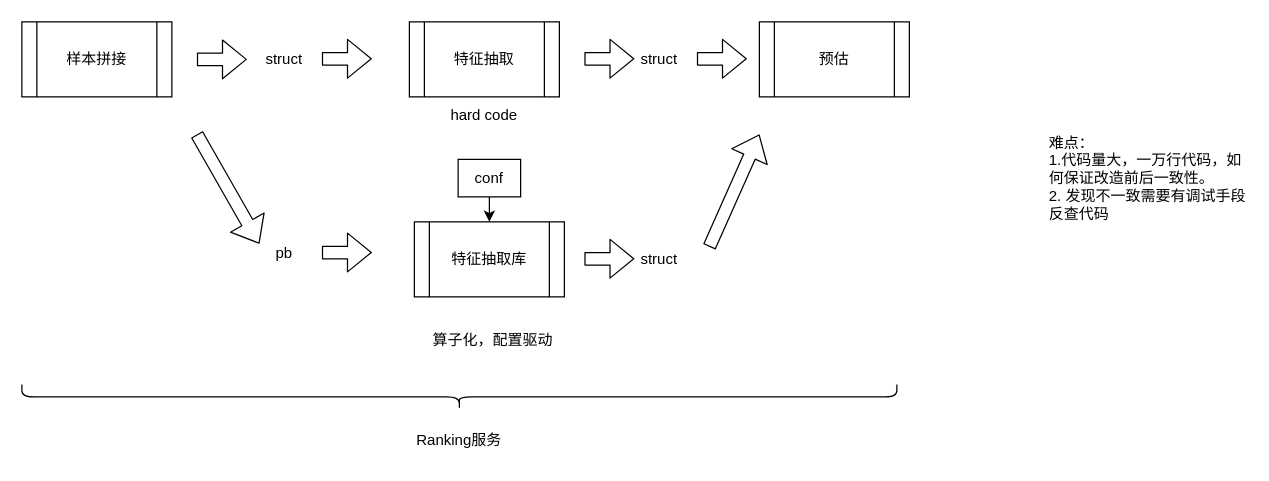
Earlier version of the draw.io diagram RecommandSystem/passed_work_share/feature_extractor.drawio (YoungAndSure/TechArt). Source tidied: cells renumbered, new cells numbered last; positions are measured from the earlier drawing's top-left corner, leaving out a move shared by most shapes. Both pictures are drawn from the tidied source at 125%, with x=0, y=0 at pixel (21, -41).
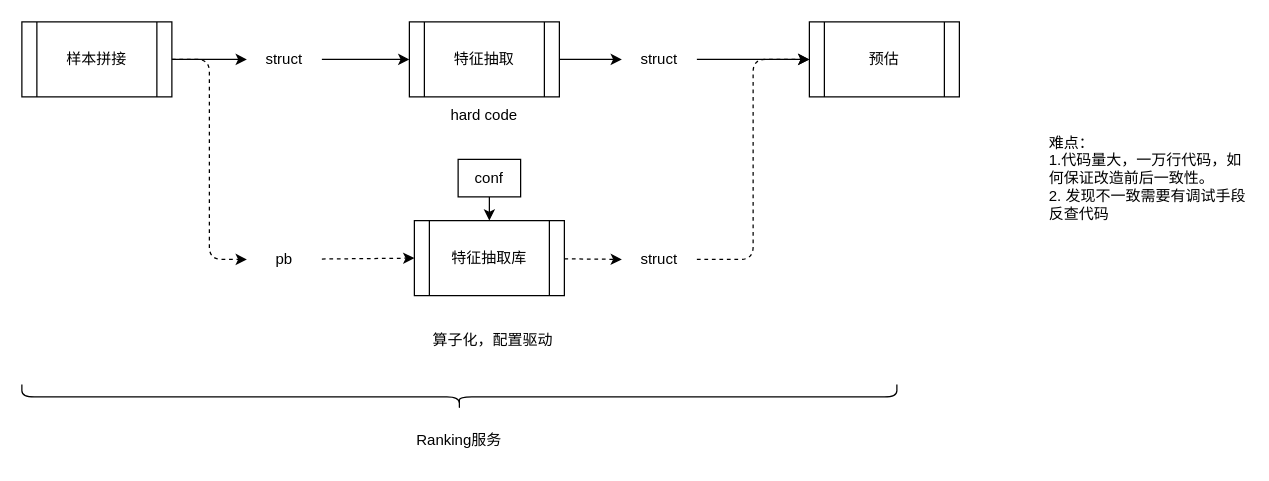
After the change.

Unchanged cells that the change refers to:
```xml
<mxCell id="2" value="样本拼接" style="shape=process;whiteSpace=wrap;html=1;backgroundOutline=1;" parent="1" vertex="1">
  <mxGeometry y="50" width="120" height="60" as="geometry" />
</mxCell>
<mxCell id="3" value="特征抽取" style="shape=process;whiteSpace=wrap;html=1;backgroundOutline=1;" parent="1" vertex="1">
  <mxGeometry x="310" y="50" width="120" height="60" as="geometry" />
</mxCell>
<mxCell id="6" value="struct" style="text;html=1;align=center;verticalAlign=middle;whiteSpace=wrap;rounded=0;" parent="1" vertex="1">
  <mxGeometry x="180" y="65" width="60" height="30" as="geometry" />
</mxCell>
<mxCell id="9" value="struct" style="text;html=1;align=center;verticalAlign=middle;whiteSpace=wrap;rounded=0;" parent="1" vertex="1">
  <mxGeometry x="480" y="65" width="60" height="30" as="geometry" />
</mxCell>
<mxCell id="14" value="struct" style="text;html=1;align=center;verticalAlign=middle;whiteSpace=wrap;rounded=0;" parent="1" vertex="1">
  <mxGeometry x="480" y="225" width="60" height="30" as="geometry" />
</mxCell>
```

The edit, as a diff of the source:
```diff
@@
+    <mxCell id="25" style="edgeStyle=none;html=1;" parent="1" edge="1" source="2" target="6">
+      <mxGeometry relative="1" as="geometry" />
+    </mxCell>
+    <mxCell id="26" style="edgeStyle=orthogonalEdgeStyle;html=1;entryX=0;entryY=0.5;entryDx=0;entryDy=0;dashed=1;" parent="1" edge="1" source="2" target="13">
+      <mxGeometry relative="1" as="geometry" />
+    </mxCell>
@@
+    <mxCell id="27" style="edgeStyle=none;html=1;" parent="1" edge="1" source="3" target="9">
+      <mxGeometry relative="1" as="geometry" />
+    </mxCell>
@@
     <mxCell id="4" value="预估" style="shape=process;whiteSpace=wrap;html=1;backgroundOutline=1;" parent="1" vertex="1">
-      <mxGeometry x="590" y="50" width="120" height="60" as="geometry" />
+      <mxGeometry x="630" y="50" width="120" height="60" as="geometry" />
     </mxCell>
-    <mxCell id="5" style="shape=flexArrow;endArrow=classic;html=1;" parent="1" edge="1">
-      <mxGeometry relative="1" as="geometry">
-        <mxPoint x="140" y="80" as="sourcePoint" />
-        <mxPoint x="180" y="80" as="targetPoint" />
-      </mxGeometry>
-    </mxCell>
+    <mxCell id="28" style="edgeStyle=none;html=1;entryX=0;entryY=0.5;entryDx=0;entryDy=0;" parent="1" edge="1" source="6" target="3">
+      <mxGeometry relative="1" as="geometry" />
+    </mxCell>
@@
-    <mxCell id="7" style="shape=flexArrow;endArrow=classic;html=1;" parent="1" edge="1">
-      <mxGeometry relative="1" as="geometry">
-        <mxPoint x="240" y="79.5" as="sourcePoint" />
-        <mxPoint x="280" y="79.5" as="targetPoint" />
-      </mxGeometry>
-    </mxCell>
-    <mxCell id="8" style="shape=flexArrow;endArrow=classic;html=1;" parent="1" edge="1">
-      <mxGeometry relative="1" as="geometry">
-        <mxPoint x="450" y="79.5" as="sourcePoint" />
-        <mxPoint x="490" y="79.5" as="targetPoint" />
-      </mxGeometry>
-    </mxCell>
+    <mxCell id="29" style="edgeStyle=none;html=1;entryX=0;entryY=0.5;entryDx=0;entryDy=0;" parent="1" edge="1" source="9" target="4">
+      <mxGeometry relative="1" as="geometry" />
+    </mxCell>
@@
-    <mxCell id="10" style="shape=flexArrow;endArrow=classic;html=1;" parent="1" edge="1">
-      <mxGeometry relative="1" as="geometry">
-        <mxPoint x="540" y="79.5" as="sourcePoint" />
-        <mxPoint x="580" y="79.5" as="targetPoint" />
-      </mxGeometry>
-    </mxCell>
@@
+    <mxCell id="30" style="edgeStyle=none;html=1;entryX=0;entryY=0.5;entryDx=0;entryDy=0;dashed=1;" parent="1" edge="1" source="12" target="14">
+      <mxGeometry relative="1" as="geometry" />
+    </mxCell>
     <mxCell id="12" value="特征抽取库" style="shape=process;whiteSpace=wrap;html=1;backgroundOutline=1;" parent="1" vertex="1">
-      <mxGeometry x="314" y="210" width="120" height="60" as="geometry" />
+      <mxGeometry x="314" y="209" width="120" height="60" as="geometry" />
     </mxCell>
     <mxCell id="13" value="pb" style="text;html=1;align=center;verticalAlign=middle;whiteSpace=wrap;rounded=0;" parent="1" vertex="1">
-      <mxGeometry x="180" y="220" width="60" height="30" as="geometry" />
+      <mxGeometry x="180" y="225" width="60" height="30" as="geometry" />
     </mxCell>
+    <mxCell id="31" style="edgeStyle=orthogonalEdgeStyle;html=1;entryX=0;entryY=0.5;entryDx=0;entryDy=0;dashed=1;" parent="1" edge="1" source="14" target="4">
+      <mxGeometry relative="1" as="geometry" />
+    </mxCell>
@@
-    <mxCell id="15" style="shape=flexArrow;endArrow=classic;html=1;" parent="1" edge="1">
-      <mxGeometry relative="1" as="geometry">
-        <mxPoint x="240" y="234.5" as="sourcePoint" />
-        <mxPoint x="280" y="234.5" as="targetPoint" />
-      </mxGeometry>
-    </mxCell>
-    <mxCell id="16" style="shape=flexArrow;endArrow=classic;html=1;" parent="1" edge="1">
-      <mxGeometry relative="1" as="geometry">
-        <mxPoint x="450" y="239.5" as="sourcePoint" />
-        <mxPoint x="490" y="239.5" as="targetPoint" />
-      </mxGeometry>
-    </mxCell>
-    <mxCell id="17" style="shape=flexArrow;endArrow=classic;html=1;entryX=0;entryY=0.25;entryDx=0;entryDy=0;" parent="1" edge="1">
-      <mxGeometry relative="1" as="geometry">
-        <mxPoint x="140" y="140" as="sourcePoint" />
-        <mxPoint x="190" y="227.5" as="targetPoint" />
-      </mxGeometry>
-    </mxCell>
-    <mxCell id="18" style="shape=flexArrow;endArrow=classic;html=1;" parent="1" edge="1">
-      <mxGeometry relative="1" as="geometry">
-        <mxPoint x="550" y="230" as="sourcePoint" />
-        <mxPoint x="590" y="140" as="targetPoint" />
-      </mxGeometry>
-    </mxCell>
@@
+    <mxCell id="32" style="edgeStyle=none;html=1;entryX=0;entryY=0.5;entryDx=0;entryDy=0;dashed=1;" parent="1" edge="1" source="13" target="12">
+      <mxGeometry relative="1" as="geometry" />
+    </mxCell>
```
